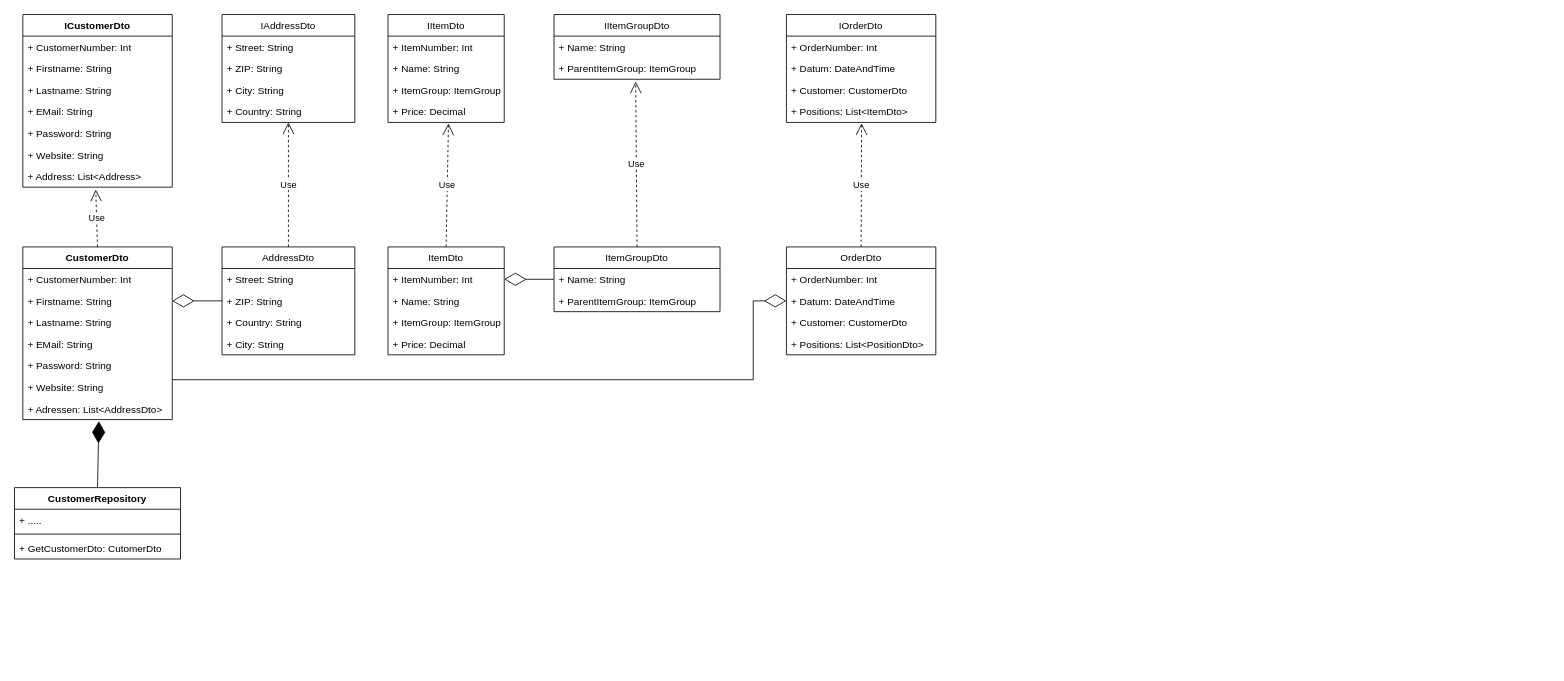
Before: JobManagement/Designs/UML_DataAccessLayer.drawio in smat91/JobManagement, a draw.io diagram. Source tidied: cells renumbered, new cells numbered last; positions are measured from the earlier drawing's top-left corner, leaving out a move shared by most shapes. Both pictures are drawn from the tidied source at 83%, with x=0, y=0 at pixel (14, 14).
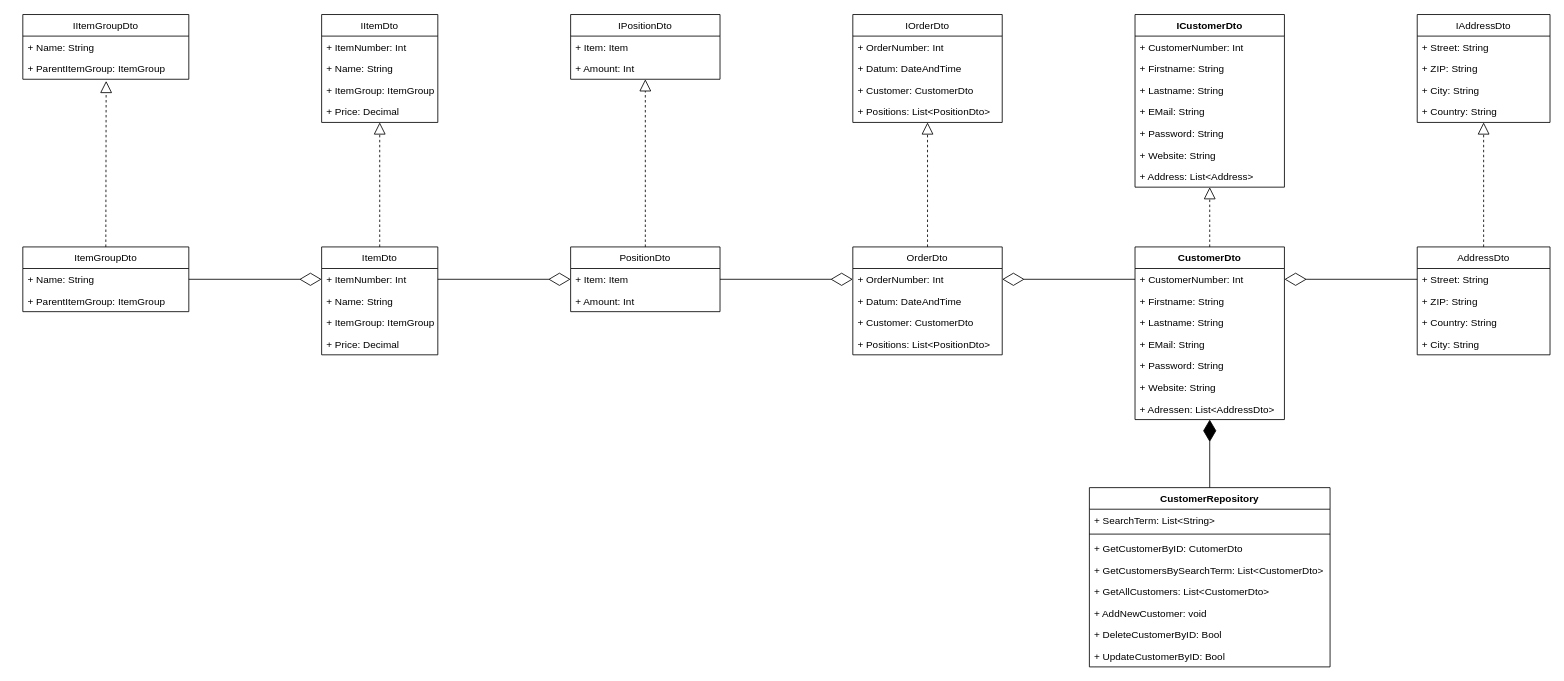
The same diagram, later.

The change refers to these unchanged cells:
```xml
<mxCell id="9" value="+ Address: List&lt;Address&gt;" style="text;strokeColor=none;fillColor=none;align=left;verticalAlign=top;spacingLeft=4;spacingRight=4;overflow=hidden;points=[[0,0.5],[1,0.5]];portConstraint=eastwest;" parent="2" vertex="1">
  <mxGeometry y="182" width="180" height="26" as="geometry" />
</mxCell>
<mxCell id="11" value="+ CustomerNumber: Int&#10;" style="text;strokeColor=none;fillColor=none;align=left;verticalAlign=top;spacingLeft=4;spacingRight=4;overflow=hidden;points=[[0,0.5],[1,0.5]];portConstraint=eastwest;" parent="10" vertex="1">
  <mxGeometry y="26" width="180" height="26" as="geometry" />
</mxCell>
<mxCell id="12" value="+ Firstname: String" style="text;strokeColor=none;fillColor=none;align=left;verticalAlign=top;spacingLeft=4;spacingRight=4;overflow=hidden;points=[[0,0.5],[1,0.5]];portConstraint=eastwest;" parent="10" vertex="1">
  <mxGeometry y="52" width="180" height="26" as="geometry" />
</mxCell>
<mxCell id="17" value="+ Adressen: List&lt;AddressDto&gt;" style="text;strokeColor=none;fillColor=none;align=left;verticalAlign=top;spacingLeft=4;spacingRight=4;overflow=hidden;points=[[0,0.5],[1,0.5]];portConstraint=eastwest;" parent="10" vertex="1">
  <mxGeometry y="182" width="180" height="26" as="geometry" />
</mxCell>
<mxCell id="23" value="+ Country: String" style="text;strokeColor=none;fillColor=none;align=left;verticalAlign=top;spacingLeft=4;spacingRight=4;overflow=hidden;points=[[0,0.5],[1,0.5]];portConstraint=eastwest;labelBackgroundColor=none;" parent="19" vertex="1">
  <mxGeometry y="104" width="160" height="26" as="geometry" />
</mxCell>
<mxCell id="25" value="+ Street: String" style="text;strokeColor=none;fillColor=none;align=left;verticalAlign=top;spacingLeft=4;spacingRight=4;overflow=hidden;points=[[0,0.5],[1,0.5]];portConstraint=eastwest;" parent="24" vertex="1">
  <mxGeometry y="26" width="160" height="26" as="geometry" />
</mxCell>
<mxCell id="26" value="+ ZIP: String" style="text;strokeColor=none;fillColor=none;align=left;verticalAlign=top;spacingLeft=4;spacingRight=4;overflow=hidden;points=[[0,0.5],[1,0.5]];portConstraint=eastwest;" parent="24" vertex="1">
  <mxGeometry y="52" width="160" height="26" as="geometry" />
</mxCell>
<mxCell id="32" value="+ ParentItemGroup: ItemGroup" style="text;strokeColor=none;fillColor=none;align=left;verticalAlign=top;spacingLeft=4;spacingRight=4;overflow=hidden;points=[[0,0.5],[1,0.5]];portConstraint=eastwest;labelBackgroundColor=none;" parent="30" vertex="1">
  <mxGeometry y="52" width="200" height="26" as="geometry" />
</mxCell>
<mxCell id="34" value="+ Name: String" style="text;strokeColor=none;fillColor=none;align=left;verticalAlign=top;spacingLeft=4;spacingRight=4;overflow=hidden;points=[[0,0.5],[1,0.5]];portConstraint=eastwest;labelBackgroundColor=none;" parent="33" vertex="1">
  <mxGeometry y="26" width="200" height="26" as="geometry" />
</mxCell>
<mxCell id="41" value="+ Price: Decimal" style="text;strokeColor=none;fillColor=none;align=left;verticalAlign=top;spacingLeft=4;spacingRight=4;overflow=hidden;points=[[0,0.5],[1,0.5]];portConstraint=eastwest;labelBackgroundColor=none;" parent="37" vertex="1">
  <mxGeometry y="104" width="140" height="26" as="geometry" />
</mxCell>
<mxCell id="43" value="+ ItemNumber: Int" style="text;strokeColor=none;fillColor=none;align=left;verticalAlign=top;spacingLeft=4;spacingRight=4;overflow=hidden;points=[[0,0.5],[1,0.5]];portConstraint=eastwest;labelBackgroundColor=none;" parent="42" vertex="1">
  <mxGeometry y="26" width="140" height="26" as="geometry" />
</mxCell>
<mxCell id="56" value="+ OrderNumber: Int" style="text;strokeColor=none;fillColor=none;align=left;verticalAlign=top;spacingLeft=4;spacingRight=4;overflow=hidden;points=[[0,0.5],[1,0.5]];portConstraint=eastwest;labelBackgroundColor=none;" parent="55" vertex="1">
  <mxGeometry y="26" width="180" height="26" as="geometry" />
</mxCell>
<mxCell id="57" value="+ Datum: DateAndTime" style="text;strokeColor=none;fillColor=none;align=left;verticalAlign=top;spacingLeft=4;spacingRight=4;overflow=hidden;points=[[0,0.5],[1,0.5]];portConstraint=eastwest;labelBackgroundColor=none;" parent="55" vertex="1">
  <mxGeometry y="52" width="180" height="26" as="geometry" />
</mxCell>
```

What changed in the source:
```diff
@@
     <mxCell id="2" value="ICustomerDto" style="swimlane;fontStyle=1;align=center;verticalAlign=top;horizontal=1;startSize=26;" parent="1" vertex="1">
-      <mxGeometry x="10" width="180" height="208" as="geometry" />
+      <mxGeometry x="1350" width="180" height="208" as="geometry" />
     </mxCell>
@@
     <mxCell id="10" value="CustomerDto" style="swimlane;fontStyle=1;align=center;verticalAlign=top;horizontal=1;startSize=26;" parent="1" vertex="1">
-      <mxGeometry x="10" y="280" width="180" height="208" as="geometry" />
+      <mxGeometry x="1350" y="280" width="180" height="208" as="geometry" />
     </mxCell>
@@
-    <mxCell id="18" value="Use" style="endArrow=open;endSize=12;dashed=1;html=1;rounded=0;exitX=0.5;exitY=0;exitDx=0;exitDy=0;entryX=0.488;entryY=1.115;entryDx=0;entryDy=0;entryPerimeter=0;" parent="1" edge="1" source="10" target="9">
-      <mxGeometry relative="1" as="geometry" />
-    </mxCell>
     <mxCell id="19" value="IAddressDto" style="swimlane;fontStyle=0;horizontal=1;startSize=26;fillColor=none;" parent="1" vertex="1">
-      <mxGeometry x="250" width="160" height="130" as="geometry" />
+      <mxGeometry x="1690" width="160" height="130" as="geometry" />
     </mxCell>
@@
     <mxCell id="24" value="AddressDto" style="swimlane;fontStyle=0;horizontal=1;startSize=26;fillColor=none;" parent="1" vertex="1">
-      <mxGeometry x="250" y="280" width="160" height="130" as="geometry" />
+      <mxGeometry x="1690" y="280" width="160" height="130" as="geometry" />
     </mxCell>
@@
-    <mxCell id="29" value="Use" style="endArrow=open;endSize=12;dashed=1;html=1;rounded=0;exitX=0.5;exitY=0;exitDx=0;exitDy=0;" parent="1" edge="1" source="24">
-      <mxGeometry relative="1" as="geometry">
-        <mxPoint x="330" y="130" as="targetPoint" />
-      </mxGeometry>
-    </mxCell>
     <mxCell id="30" value="IItemGroupDto" style="swimlane;fontStyle=0;horizontal=1;startSize=26;fillColor=none;labelBackgroundColor=none;" parent="1" vertex="1">
-      <mxGeometry x="650" width="200" height="78" as="geometry" />
+      <mxGeometry x="10" width="200" height="78" as="geometry" />
     </mxCell>
@@
     <mxCell id="33" value="ItemGroupDto" style="swimlane;fontStyle=0;horizontal=1;startSize=26;fillColor=none;labelBackgroundColor=none;" parent="1" vertex="1">
-      <mxGeometry x="650" y="280" width="200" height="78" as="geometry" />
+      <mxGeometry x="10" y="280" width="200" height="78" as="geometry" />
     </mxCell>
@@
-    <mxCell id="36" value="Use" style="endArrow=open;endSize=12;dashed=1;html=1;rounded=0;exitX=0.5;exitY=0;exitDx=0;exitDy=0;entryX=0.492;entryY=1.109;entryDx=0;entryDy=0;entryPerimeter=0;" parent="1" edge="1" source="33" target="32">
-      <mxGeometry relative="1" as="geometry" />
-    </mxCell>
     <mxCell id="37" value="IItemDto" style="swimlane;fontStyle=0;horizontal=1;startSize=26;fillColor=none;labelBackgroundColor=none;" parent="1" vertex="1">
-      <mxGeometry x="450" width="140" height="130" as="geometry" />
+      <mxGeometry x="370" width="140" height="130" as="geometry" />
     </mxCell>
@@
     <mxCell id="42" value="ItemDto" style="swimlane;fontStyle=0;horizontal=1;startSize=26;fillColor=none;labelBackgroundColor=none;" parent="1" vertex="1">
-      <mxGeometry x="450" y="280" width="140" height="130" as="geometry" />
+      <mxGeometry x="370" y="280" width="140" height="130" as="geometry" />
     </mxCell>
@@
-    <mxCell id="47" value="Use" style="endArrow=open;endSize=12;dashed=1;html=1;rounded=0;entryX=0.52;entryY=1.048;entryDx=0;entryDy=0;entryPerimeter=0;exitX=0.5;exitY=0;exitDx=0;exitDy=0;" parent="1" edge="1" source="42" target="41">
-      <mxGeometry relative="1" as="geometry" />
-    </mxCell>
     <mxCell id="48" value="CustomerRepository" style="swimlane;fontStyle=1;align=center;verticalAlign=top;horizontal=1;startSize=26;labelBackgroundColor=none;" parent="1" vertex="1">
-      <mxGeometry y="570" width="200" height="86" as="geometry" />
+      <mxGeometry x="1295" y="570" width="290" height="216" as="geometry" />
     </mxCell>
-    <mxCell id="49" value="+ ....." style="text;strokeColor=none;fillColor=none;align=left;verticalAlign=top;spacingLeft=4;spacingRight=4;overflow=hidden;labelBackgroundColor=none;" parent="48" vertex="1">
-      <mxGeometry y="26" width="200" height="26" as="geometry" />
+    <mxCell id="49" value="+ SearchTerm: List&lt;String&gt;" style="text;strokeColor=none;fillColor=none;align=left;verticalAlign=top;spacingLeft=4;spacingRight=4;overflow=hidden;labelBackgroundColor=none;" parent="48" vertex="1">
+      <mxGeometry y="26" width="290" height="26" as="geometry" />
     </mxCell>
     <mxCell id="50" style="line;strokeWidth=1;fillColor=none;align=left;verticalAlign=middle;spacingTop=-1;spacingLeft=3;spacingRight=3;labelPosition=right;labelBackgroundColor=none;" parent="48" vertex="1">
-      <mxGeometry y="52" width="200" height="8" as="geometry" />
+      <mxGeometry y="52" width="290" height="8" as="geometry" />
     </mxCell>
-    <mxCell id="51" value="+ GetCustomerDto: CutomerDto" style="text;strokeColor=none;fillColor=none;align=left;verticalAlign=top;spacingLeft=4;spacingRight=4;overflow=hidden;labelBackgroundColor=none;" parent="48" vertex="1">
-      <mxGeometry y="60" width="200" height="26" as="geometry" />
+    <mxCell id="51" value="+ GetCustomerByID: CutomerDto" style="text;strokeColor=none;fillColor=none;align=left;verticalAlign=top;spacingLeft=4;spacingRight=4;overflow=hidden;labelBackgroundColor=none;" parent="48" vertex="1">
+      <mxGeometry y="60" width="290" height="26" as="geometry" />
     </mxCell>
+    <mxCell id="67" value="+ GetCustomersBySearchTerm: List&lt;CustomerDto&gt;" style="text;strokeColor=none;fillColor=none;align=left;verticalAlign=top;spacingLeft=4;spacingRight=4;overflow=hidden;" parent="48" vertex="1">
+      <mxGeometry y="86" width="290" height="26" as="geometry" />
+    </mxCell>
+    <mxCell id="68" value="+ GetAllCustomers: List&lt;CustomerDto&gt;" style="text;strokeColor=none;fillColor=none;align=left;verticalAlign=top;spacingLeft=4;spacingRight=4;overflow=hidden;" parent="48" vertex="1">
+      <mxGeometry y="112" width="290" height="26" as="geometry" />
+    </mxCell>
+    <mxCell id="69" value="+ AddNewCustomer: void" style="text;strokeColor=none;fillColor=none;align=left;verticalAlign=top;spacingLeft=4;spacingRight=4;overflow=hidden;" parent="48" vertex="1">
+      <mxGeometry y="138" width="290" height="26" as="geometry" />
+    </mxCell>
+    <mxCell id="70" value="+ DeleteCustomerByID: Bool" style="text;strokeColor=none;fillColor=none;align=left;verticalAlign=top;spacingLeft=4;spacingRight=4;overflow=hidden;" parent="48" vertex="1">
+      <mxGeometry y="164" width="290" height="26" as="geometry" />
+    </mxCell>
+    <mxCell id="71" value="+ UpdateCustomerByID: Bool" style="text;strokeColor=none;fillColor=none;align=left;verticalAlign=top;spacingLeft=4;spacingRight=4;overflow=hidden;" parent="48" vertex="1">
+      <mxGeometry y="190" width="290" height="26" as="geometry" />
+    </mxCell>
-    <mxCell id="52" style="endArrow=diamondThin;endFill=0;endSize=24;html=1;rounded=0;entryX=1;entryY=0.5;entryDx=0;entryDy=0;exitX=0;exitY=0.5;exitDx=0;exitDy=0;" parent="1" edge="1" source="26" target="12">
+    <mxCell id="52" style="endArrow=diamondThin;endFill=0;endSize=24;html=1;rounded=0;entryX=1;entryY=0.5;entryDx=0;entryDy=0;exitX=0;exitY=0.5;exitDx=0;exitDy=0;" parent="1" edge="1" source="25" target="11">
       <mxGeometry relative="1" as="geometry" />
     </mxCell>
-    <mxCell id="53" style="endArrow=diamondThin;endFill=0;endSize=24;html=1;rounded=0;entryX=1;entryY=0.5;entryDx=0;entryDy=0;exitX=0;exitY=0.5;exitDx=0;exitDy=0;" parent="1" edge="1" source="34" target="43">
+    <mxCell id="53" style="endArrow=diamondThin;endFill=0;endSize=24;html=1;rounded=0;entryX=0;entryY=0.5;entryDx=0;entryDy=0;exitX=1;exitY=0.5;exitDx=0;exitDy=0;" parent="1" edge="1" source="34" target="43">
       <mxGeometry relative="1" as="geometry" />
     </mxCell>
-    <mxCell id="54" style="endArrow=diamondThin;endFill=1;endSize=24;html=1;rounded=0;exitX=0.5;exitY=0;exitDx=0;exitDy=0;entryX=0.509;entryY=1.072;entryDx=0;entryDy=0;entryPerimeter=0;" parent="1" edge="1" source="48" target="17">
+    <mxCell id="54" style="endArrow=diamondThin;endFill=1;endSize=24;html=1;rounded=0;" parent="1" edge="1" source="48" target="17">
       <mxGeometry relative="1" as="geometry" />
     </mxCell>
     <mxCell id="55" value="OrderDto" style="swimlane;fontStyle=0;horizontal=1;startSize=26;fillColor=none;labelBackgroundColor=none;" parent="1" vertex="1">
-      <mxGeometry x="930" y="280" width="180" height="130" as="geometry" />
+      <mxGeometry x="1010" y="280" width="180" height="130" as="geometry" />
     </mxCell>
@@
-    <mxCell id="60" style="endArrow=diamondThin;endFill=0;endSize=24;html=1;rounded=0;entryX=0;entryY=0.5;entryDx=0;entryDy=0;" parent="1" edge="1" target="57">
-      <mxGeometry relative="1" as="geometry">
-        <mxPoint x="190" y="440" as="sourcePoint" />
-        <Array as="points">
-          <mxPoint x="890" y="440" />
-          <mxPoint x="890" y="345" />
-        </Array>
-      </mxGeometry>
-    </mxCell>
     <mxCell id="61" value="IOrderDto" style="swimlane;fontStyle=0;horizontal=1;startSize=26;fillColor=none;labelBackgroundColor=none;" parent="1" vertex="1">
-      <mxGeometry x="930" width="180" height="130" as="geometry" />
+      <mxGeometry x="1010" width="180" height="130" as="geometry" />
     </mxCell>
@@
-    <mxCell id="65" value="+ Positions: List&lt;ItemDto&gt;" style="text;strokeColor=none;fillColor=none;align=left;verticalAlign=top;spacingLeft=4;spacingRight=4;overflow=hidden;points=[[0,0.5],[1,0.5]];portConstraint=eastwest;labelBackgroundColor=none;" parent="61" vertex="1">
+    <mxCell id="65" value="+ Positions: List&lt;PositionDto&gt;" style="text;strokeColor=none;fillColor=none;align=left;verticalAlign=top;spacingLeft=4;spacingRight=4;overflow=hidden;points=[[0,0.5],[1,0.5]];portConstraint=eastwest;labelBackgroundColor=none;" parent="61" vertex="1">
       <mxGeometry y="104" width="180" height="26" as="geometry" />
     </mxCell>
+    <mxCell id="72" style="endArrow=diamondThin;endFill=0;endSize=24;html=1;rounded=0;exitX=0;exitY=0.5;exitDx=0;exitDy=0;" parent="1" edge="1" source="11" target="56">
+      <mxGeometry relative="1" as="geometry" />
+    </mxCell>
+    <mxCell id="73" value="PositionDto" style="swimlane;fontStyle=0;horizontal=1;startSize=26;fillColor=none;labelBackgroundColor=none;" parent="1" vertex="1">
+      <mxGeometry x="670" y="280" width="180" height="78" as="geometry" />
+    </mxCell>
+    <mxCell id="74" value="+ Item: Item " style="text;strokeColor=none;fillColor=none;align=left;verticalAlign=top;spacingLeft=4;spacingRight=4;overflow=hidden;points=[[0,0.5],[1,0.5]];portConstraint=eastwest;labelBackgroundColor=none;" parent="73" vertex="1">
+      <mxGeometry y="26" width="180" height="26" as="geometry" />
+    </mxCell>
+    <mxCell id="75" value="+ Amount: Int" style="text;strokeColor=none;fillColor=none;align=left;verticalAlign=top;spacingLeft=4;spacingRight=4;overflow=hidden;labelBackgroundColor=none;" parent="73" vertex="1">
+      <mxGeometry y="52" width="180" height="26" as="geometry" />
+    </mxCell>
+    <mxCell id="76" value="IPositionDto" style="swimlane;fontStyle=0;horizontal=1;startSize=26;fillColor=none;labelBackgroundColor=none;" parent="1" vertex="1">
+      <mxGeometry x="670" width="180" height="78" as="geometry" />
+    </mxCell>
+    <mxCell id="77" value="+ Item: Item " style="text;strokeColor=none;fillColor=none;align=left;verticalAlign=top;spacingLeft=4;spacingRight=4;overflow=hidden;labelBackgroundColor=none;" parent="76" vertex="1">
+      <mxGeometry y="26" width="180" height="26" as="geometry" />
+    </mxCell>
+    <mxCell id="78" value="+ Amount: Int" style="text;strokeColor=none;fillColor=none;align=left;verticalAlign=top;spacingLeft=4;spacingRight=4;overflow=hidden;points=[[0,0.5],[1,0.5]];portConstraint=eastwest;labelBackgroundColor=none;" parent="76" vertex="1">
+      <mxGeometry y="52" width="180" height="26" as="geometry" />
+    </mxCell>
+    <mxCell id="79" style="endArrow=diamondThin;endFill=0;endSize=24;html=1;rounded=0;entryX=0;entryY=0.5;entryDx=0;entryDy=0;exitX=1;exitY=0.5;exitDx=0;exitDy=0;" parent="1" edge="1" source="74" target="56">
+      <mxGeometry relative="1" as="geometry" />
+    </mxCell>
+    <mxCell id="80" style="endArrow=diamondThin;endFill=0;endSize=24;html=1;rounded=0;" parent="1" edge="1" source="43" target="74">
+      <mxGeometry relative="1" as="geometry" />
+    </mxCell>
+    <mxCell id="36" style="endArrow=block;dashed=1;endFill=0;endSize=12;html=1;rounded=0;exitX=0.5;exitY=0;exitDx=0;exitDy=0;entryX=0.502;entryY=1.077;entryDx=0;entryDy=0;entryPerimeter=0;" parent="1" edge="1" source="33" target="32">
+      <mxGeometry relative="1" as="geometry" />
+    </mxCell>
+    <mxCell id="47" style="endArrow=block;dashed=1;endFill=0;endSize=12;html=1;rounded=0;exitX=0.5;exitY=0;exitDx=0;exitDy=0;" parent="1" edge="1" source="42" target="41">
+      <mxGeometry relative="1" as="geometry" />
+    </mxCell>
+    <mxCell id="81" style="endArrow=block;dashed=1;endFill=0;endSize=12;html=1;rounded=0;exitX=0.5;exitY=0;exitDx=0;exitDy=0;" parent="1" edge="1" source="73" target="78">
+      <mxGeometry relative="1" as="geometry" />
+    </mxCell>
-    <mxCell id="66" value="Use" style="endArrow=open;endSize=12;dashed=1;html=1;rounded=0;exitX=0.5;exitY=0;exitDx=0;exitDy=0;entryX=0.503;entryY=1.041;entryDx=0;entryDy=0;entryPerimeter=0;" parent="1" edge="1" source="55" target="65">
+    <mxCell id="66" style="endArrow=block;dashed=1;endFill=0;endSize=12;html=1;rounded=0;exitX=0.5;exitY=0;exitDx=0;exitDy=0;" parent="1" edge="1" source="55" target="65">
       <mxGeometry relative="1" as="geometry" />
     </mxCell>
+    <mxCell id="18" style="endArrow=block;dashed=1;endFill=0;endSize=12;html=1;rounded=0;exitX=0.5;exitY=0;exitDx=0;exitDy=0;" parent="1" edge="1" source="10" target="9">
+      <mxGeometry relative="1" as="geometry" />
+    </mxCell>
+    <mxCell id="82" style="endArrow=block;dashed=1;endFill=0;endSize=12;html=1;rounded=0;exitX=0.5;exitY=0;exitDx=0;exitDy=0;" parent="1" edge="1" source="24" target="23">
+      <mxGeometry relative="1" as="geometry" />
+    </mxCell>
```
